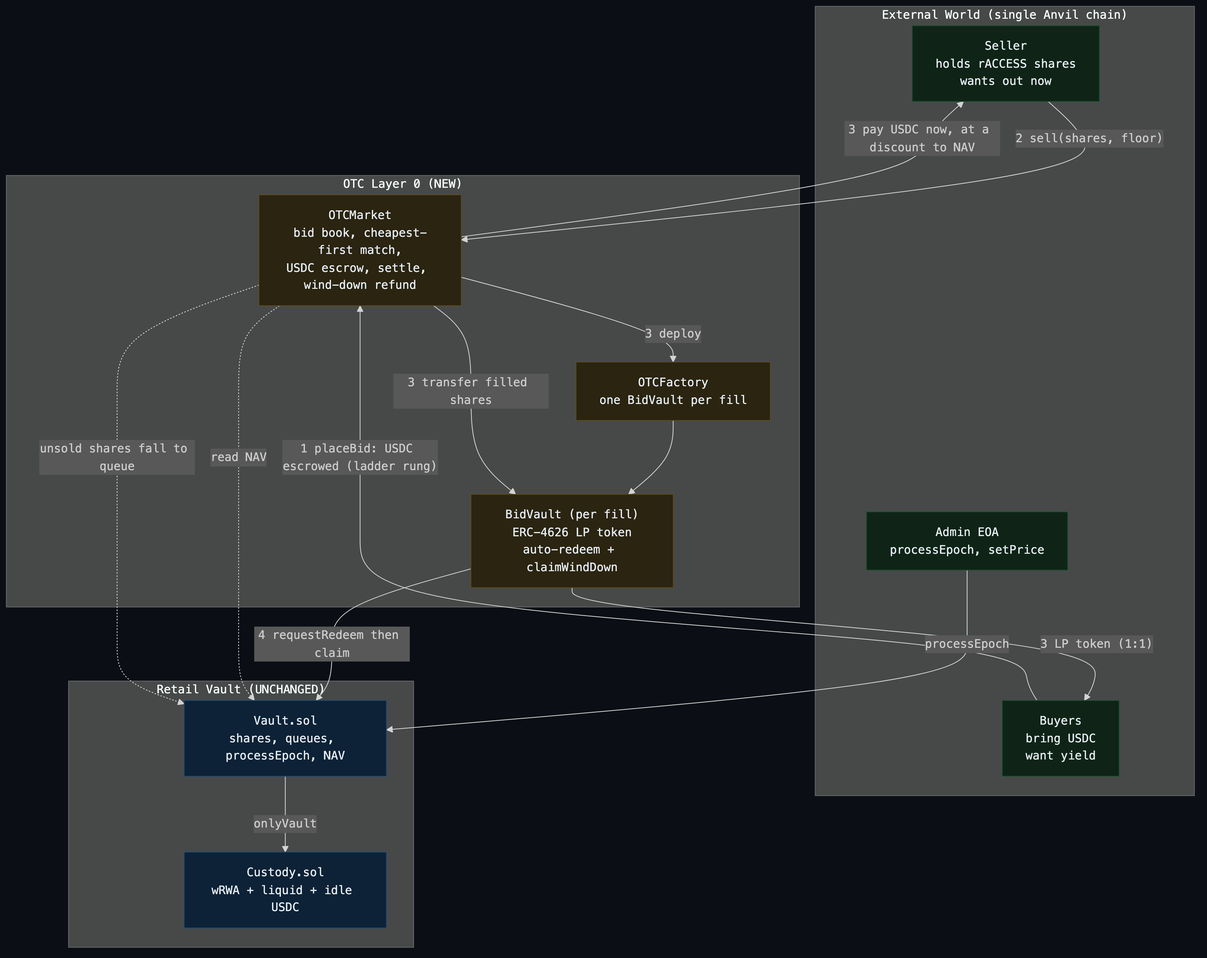
Before: docs/02-architecture/diagrams/otc-architecture.png, a diagram exported from Mermaid (jesse-nhatcl/retail-vault-v1). Its source is kept beside it as docs/02-architecture/diagrams/otc-architecture.mmd. Its diagram source:
```mermaid
%%{init: {'theme':'dark', 'themeVariables': {'fontFamily':'monospace','fontSize':'15px'}}}%%
graph TB
  subgraph EXT["External World (single Anvil chain)"]
    SELLER["Seller<br/>holds rACCESS shares<br/>wants out now"]
    BUYER["Buyers<br/>bring USDC<br/>want yield"]
    ADMIN["Admin EOA<br/>processEpoch, setPrice"]
  end
  subgraph OTCL["OTC Layer 0 (NEW)"]
    MKT["OTCMarket<br/>bid book, cheapest-first match,<br/>USDC escrow, settle, wind-down refund"]
    FAC["OTCFactory<br/>one BidVault per fill"]
    BV["BidVault (per fill)<br/>ERC-4626 LP token<br/>auto-redeem + claimWindDown"]
  end
  subgraph CORE["Retail Vault (UNCHANGED)"]
    VAULT["Vault.sol<br/>shares, queues, processEpoch, NAV"]
    CUST["Custody.sol<br/>wRWA + liquid + idle USDC"]
  end

  BUYER -->|"1 placeBid: USDC escrowed (ladder rung)"| MKT
  SELLER -->|"2 sell(shares, floor)"| MKT
  MKT -->|"3 pay USDC now, at a discount to NAV"| SELLER
  MKT -->|"3 deploy"| FAC
  FAC --> BV
  MKT -->|"3 transfer filled shares"| BV
  BV -->|"3 LP token (1:1)"| BUYER
  BV -->|"4 requestRedeem then claim"| VAULT
  MKT -.->|"read NAV"| VAULT
  MKT -.->|"unsold shares fall to queue"| VAULT
  ADMIN -->|"processEpoch"| VAULT
  VAULT -->|"onlyVault"| CUST

  classDef ext fill:#0f2417,stroke:#1f5132,color:#e6edf3;
  classDef otc fill:#2a2410,stroke:#5c4a1a,color:#e6edf3;
  classDef core fill:#0d2236,stroke:#1f4c73,color:#e6edf3;
  class SELLER,BUYER,ADMIN ext;
  class MKT,FAC,BV otc;
  class VAULT,CUST core;
```
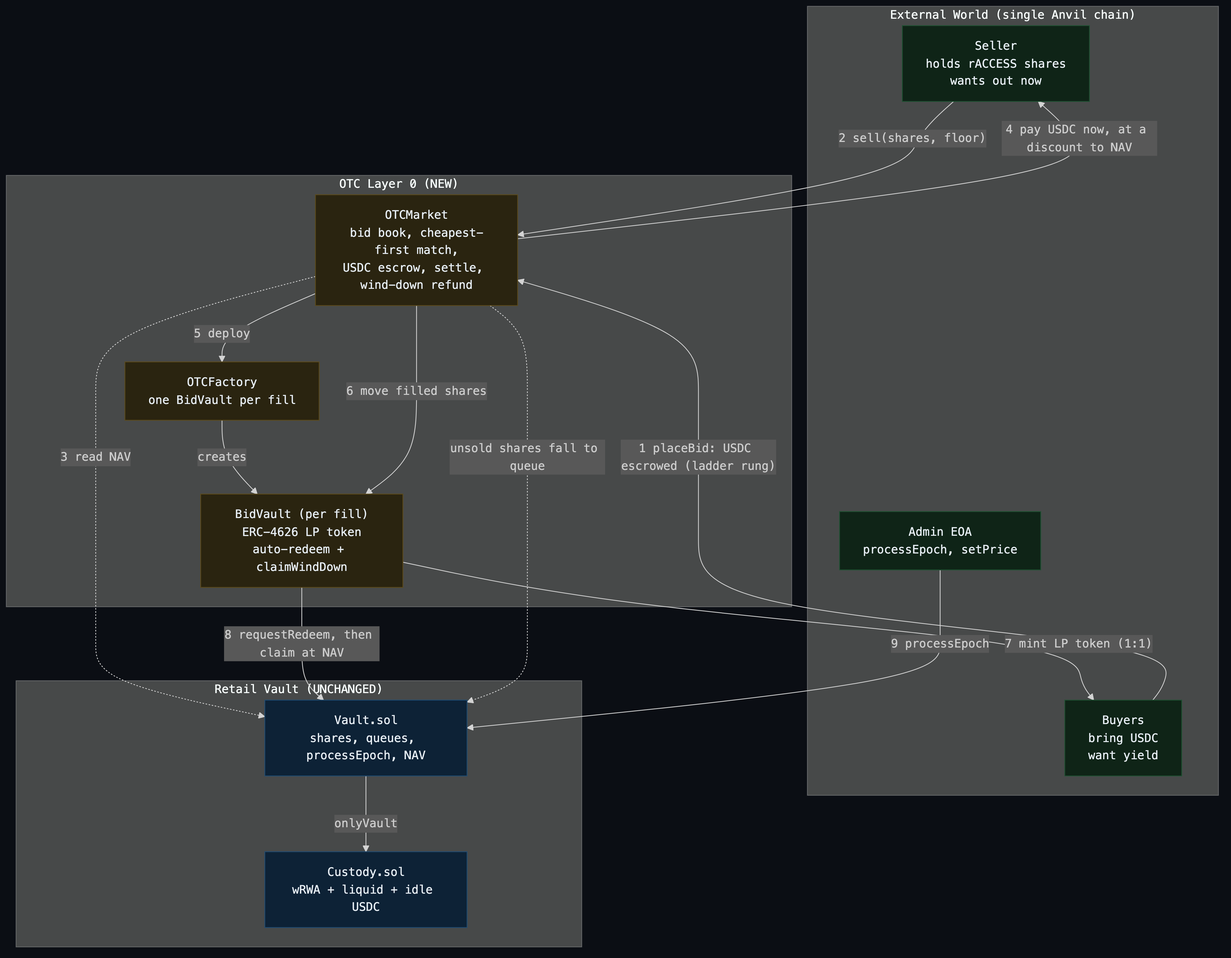
Above is the later version.

Commit message:
feat: multi-buyer OTC scenario; clarify architecture step numbers

Change to the diagram source:
```diff
@@ -17,15 +17,15 @@
 
   BUYER -->|"1 placeBid: USDC escrowed (ladder rung)"| MKT
   SELLER -->|"2 sell(shares, floor)"| MKT
-  MKT -->|"3 pay USDC now, at a discount to NAV"| SELLER
-  MKT -->|"3 deploy"| FAC
-  FAC --> BV
-  MKT -->|"3 transfer filled shares"| BV
-  BV -->|"3 LP token (1:1)"| BUYER
-  BV -->|"4 requestRedeem then claim"| VAULT
-  MKT -.->|"read NAV"| VAULT
+  MKT -.->|"3 read NAV"| VAULT
+  MKT -->|"4 pay USDC now, at a discount to NAV"| SELLER
+  MKT -->|"5 deploy"| FAC
+  FAC -->|"creates"| BV
+  MKT -->|"6 move filled shares"| BV
+  BV -->|"7 mint LP token (1:1)"| BUYER
+  BV -->|"8 requestRedeem, then claim at NAV"| VAULT
+  ADMIN -->|"9 processEpoch"| VAULT
   MKT -.->|"unsold shares fall to queue"| VAULT
-  ADMIN -->|"processEpoch"| VAULT
   VAULT -->|"onlyVault"| CUST
 
   classDef ext fill:#0f2417,stroke:#1f5132,color:#e6edf3;
```
